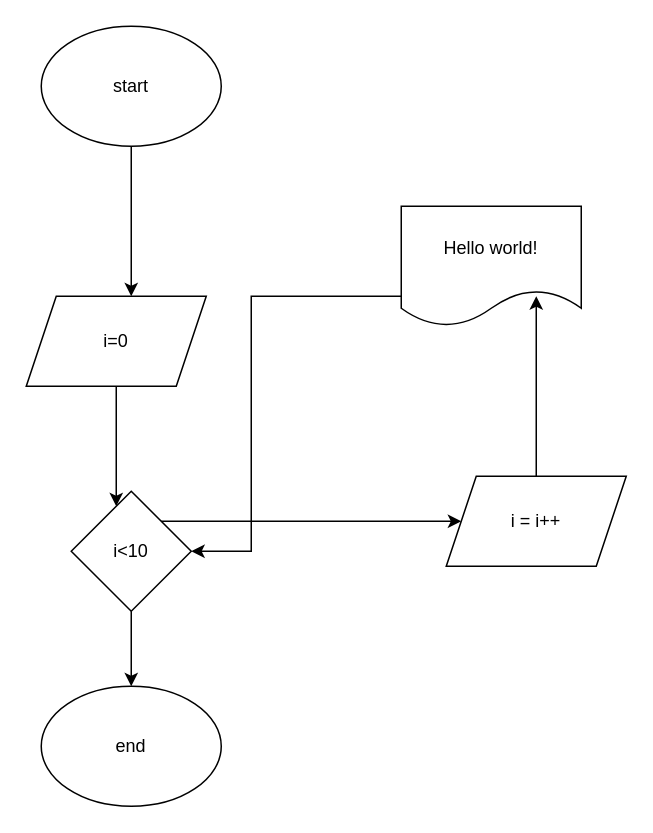
Above: 10helloworldDiagram.drawio in Rufatsb/first (draw.io), before the change. Source tidied: cells renumbered, new cells numbered last; positions are measured from the earlier drawing's top-left corner, leaving out a move shared by most shapes. Both pictures are drawn from the tidied source at 150%, with x=0, y=0 at pixel (26, 26).
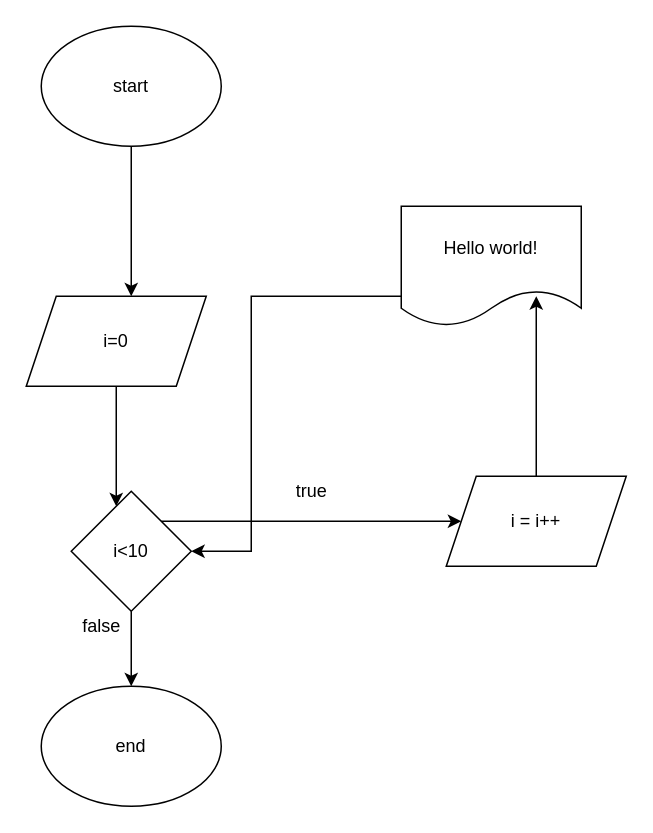
Above is the later version.

Change to the diagram source:
```diff
@@
 <mxGraphModel>
   <root>
     <mxCell id="0" />
     <mxCell id="1" parent="0" />
     <mxCell id="2" style="edgeStyle=orthogonalEdgeStyle;rounded=0;jettySize=auto;html=1;" parent="1" edge="1" source="3">
       <mxGeometry relative="1" as="geometry">
         <mxPoint x="70" y="180" as="targetPoint" />
       </mxGeometry>
     </mxCell>
     <mxCell id="3" value="start" style="ellipse;whiteSpace=wrap;html=1;" parent="1" vertex="1">
       <mxGeometry x="10" width="120" height="80" as="geometry" />
     </mxCell>
     <mxCell id="4" style="edgeStyle=orthogonalEdgeStyle;rounded=0;jettySize=auto;html=1;exitX=0.5;exitY=1;exitDx=0;exitDy=0;entryX=0.375;entryY=0.125;entryDx=0;entryDy=0;entryPerimeter=0;" parent="1" edge="1" source="5" target="8">
       <mxGeometry relative="1" as="geometry" />
     </mxCell>
     <mxCell id="5" value="i=0" style="shape=parallelogram;perimeter=parallelogramPerimeter;whiteSpace=wrap;html=1;fixedSize=1;" parent="1" vertex="1">
       <mxGeometry y="180" width="120" height="60" as="geometry" />
     </mxCell>
     <mxCell id="6" style="edgeStyle=orthogonalEdgeStyle;rounded=0;jettySize=auto;html=1;exitX=1;exitY=0;exitDx=0;exitDy=0;" parent="1" edge="1" source="8">
       <mxGeometry relative="1" as="geometry">
         <mxPoint x="290" y="330" as="targetPoint" />
       </mxGeometry>
     </mxCell>
     <mxCell id="7" style="edgeStyle=orthogonalEdgeStyle;rounded=0;jettySize=auto;html=1;exitX=0.5;exitY=1;exitDx=0;exitDy=0;" parent="1" edge="1" source="8" target="13">
       <mxGeometry relative="1" as="geometry" />
     </mxCell>
     <mxCell id="8" value="i&amp;lt;10" style="rhombus;whiteSpace=wrap;html=1;" parent="1" vertex="1">
       <mxGeometry x="30" y="310" width="80" height="80" as="geometry" />
     </mxCell>
     <mxCell id="9" style="edgeStyle=orthogonalEdgeStyle;rounded=0;jettySize=auto;html=1;exitX=0;exitY=0.75;exitDx=0;exitDy=0;" parent="1" edge="1" source="10" target="8">
       <mxGeometry relative="1" as="geometry">
         <Array as="points">
           <mxPoint x="150" y="180" />
           <mxPoint x="150" y="350" />
         </Array>
       </mxGeometry>
     </mxCell>
     <mxCell id="10" value="Hello world!" style="shape=document;whiteSpace=wrap;html=1;boundedLbl=1;" parent="1" vertex="1">
       <mxGeometry x="250" y="120" width="120" height="80" as="geometry" />
     </mxCell>
     <mxCell id="11" style="edgeStyle=orthogonalEdgeStyle;rounded=0;jettySize=auto;html=1;entryX=0.75;entryY=0.75;entryDx=0;entryDy=0;entryPerimeter=0;" parent="1" edge="1" source="12" target="10">
       <mxGeometry relative="1" as="geometry" />
     </mxCell>
     <mxCell id="12" value="i = i++" style="shape=parallelogram;perimeter=parallelogramPerimeter;whiteSpace=wrap;html=1;fixedSize=1;" parent="1" vertex="1">
       <mxGeometry x="280" y="300" width="120" height="60" as="geometry" />
     </mxCell>
     <mxCell id="13" value="end" style="ellipse;whiteSpace=wrap;html=1;" parent="1" vertex="1">
       <mxGeometry x="10" y="440" width="120" height="80" as="geometry" />
     </mxCell>
+    <mxCell id="14" value="true" style="text;html=1;align=center;verticalAlign=middle;strokeColor=none;" parent="1" vertex="1">
+      <mxGeometry x="170" y="300" width="40" height="20" as="geometry" />
+    </mxCell>
+    <mxCell id="15" value="false" style="text;html=1;align=center;verticalAlign=middle;strokeColor=none;" parent="1" vertex="1">
+      <mxGeometry x="30" y="390" width="40" height="20" as="geometry" />
+    </mxCell>
   </root>
 </mxGraphModel>
```
